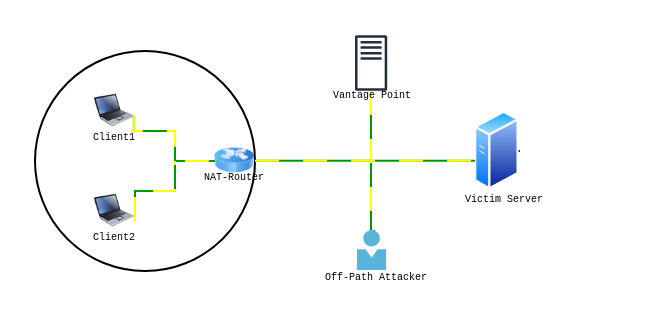
This is scripts/Untitled Diagram.drawio from solarwind101/tcp-hijacking-nat-attacks, a draw.io file, before an edit. Source tidied: cells renumbered, new cells numbered last; positions are measured from the earlier drawing's top-left corner, leaving out a move shared by most shapes. Both pictures are drawn from the tidied source at 200%, with x=0, y=0 at pixel (34, 34).
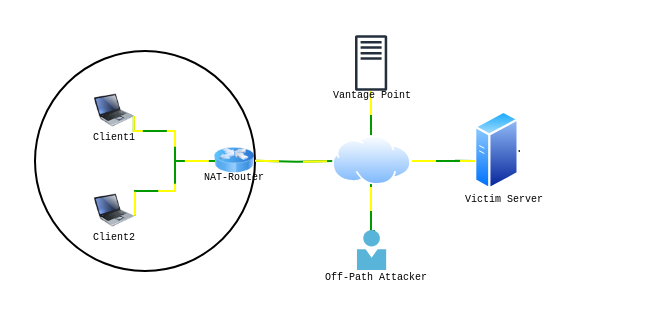
Above is the later version.

Unchanged cells that the change refers to:
```xml
<mxCell id="4" style="image;html=1;image=img/lib/clip_art/computers/Laptop_128x128.png;" parent="1" vertex="1">
  <mxGeometry x="30" y="78" width="20" height="20" as="geometry" />
</mxCell>
```

What changed in the source:
```diff
@@
-<mxGraphModel>
+<mxGraphModel background="#ffffff">
@@
-    <mxCell id="8" style="shape=wire;edgeStyle=orthogonalEdgeStyle;orthogonalLoop=1;jettySize=auto;html=1;sourcePerimeterSpacing=0;targetPerimeterSpacing=0;endArrow=none;curved=0;rounded=0;strokeColor=#009900;dashed=1;fillColor=#ffff00;dashPattern=12 12;fixDash=1;startSize=6;endSize=6;" parent="1" edge="1">
+    <mxCell id="8" style="shape=wire;edgeStyle=orthogonalEdgeStyle;jettySize=auto;html=1;sourcePerimeterSpacing=0;targetPerimeterSpacing=0;endArrow=none;curved=0;rounded=0;strokeColor=#009900;dashed=1;fillColor=#ffff00;dashPattern=12 12;fixDash=1;startSize=6;endSize=6;" parent="1" edge="1" source="21">
       <mxGeometry relative="1" as="geometry">
-        <mxPoint x="110" y="62.9" as="sourcePoint" />
         <mxPoint x="210" y="62.9" as="targetPoint" />
         <Array as="points">
           <mxPoint x="220" y="62.9" />
           <mxPoint x="220" y="62.9" />
         </Array>
       </mxGeometry>
     </mxCell>
@@
-    <mxCell id="15" style="shape=wire;edgeStyle=orthogonalEdgeStyle;jettySize=auto;html=1;sourcePerimeterSpacing=0;targetPerimeterSpacing=0;endArrow=none;curved=0;rounded=0;strokeColor=#009900;dashed=1;fillColor=#ffff00;dashPattern=12 12;fixDash=1;startSize=6;endSize=6;exitX=1;exitY=0.75;exitDx=0;exitDy=0;" parent="1" edge="1" source="4">
+    <mxCell id="15" style="shape=wire;edgeStyle=orthogonalEdgeStyle;jettySize=auto;html=1;sourcePerimeterSpacing=0;targetPerimeterSpacing=0;endArrow=none;curved=0;rounded=0;strokeColor=#009900;dashed=1;fillColor=#ffff00;dashPattern=12 12;fixDash=1;startSize=6;endSize=6;exitX=1;exitY=0.618;exitDx=0;exitDy=0;exitPerimeter=0;" parent="1" edge="1" source="4">
       <mxGeometry relative="1" as="geometry">
         <mxPoint x="70" y="63" as="targetPoint" />
         <Array as="points">
           <mxPoint x="50" y="78" />
           <mxPoint x="70" y="78" />
         </Array>
       </mxGeometry>
     </mxCell>
@@
+    <mxCell id="20" style="shape=wire;edgeStyle=orthogonalEdgeStyle;jettySize=auto;html=1;sourcePerimeterSpacing=0;targetPerimeterSpacing=0;endArrow=none;curved=0;rounded=0;strokeColor=#009900;dashed=1;fillColor=#ffff00;dashPattern=12 12;fixDash=1;startSize=6;endSize=6;" parent="1" edge="1" target="21">
+      <mxGeometry relative="1" as="geometry">
+        <mxPoint x="110" y="62.9" as="sourcePoint" />
+      </mxGeometry>
+    </mxCell>
+    <mxCell id="21" style="image;perimeter=ellipsePerimeter;html=1;align=center;shadow=0;dashed=0;spacingTop=3;image=img/lib/active_directory/internet_cloud.svg;" parent="1" vertex="1">
+      <mxGeometry x="149" y="50.5" width="39.5" height="24.9" as="geometry" />
+    </mxCell>
```
